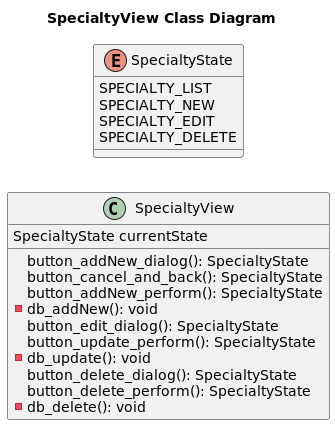
Above: uml/specialty/SpecialtyView__Class-SpecialtyView_Class_Diagram.png in Jakarta-EE-Petclinic/petclinic-uml (PlantUML), before the change.
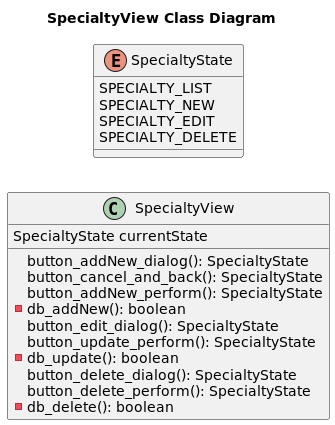
After the change.

What changed in the source:
```diff
@@ -9,13 +9,13 @@
     button_addNew_dialog(): SpecialtyState
     button_cancel_and_back(): SpecialtyState
     button_addNew_perform(): SpecialtyState
-    - db_addNew(): void
+    - db_addNew(): boolean
     button_edit_dialog(): SpecialtyState
     button_update_perform(): SpecialtyState
-    - db_update(): void
+    - db_update(): boolean
     button_delete_dialog(): SpecialtyState
     button_delete_perform(): SpecialtyState
-    - db_delete(): void
+    - db_delete(): boolean
 }
 
 enum SpecialtyState {
```
